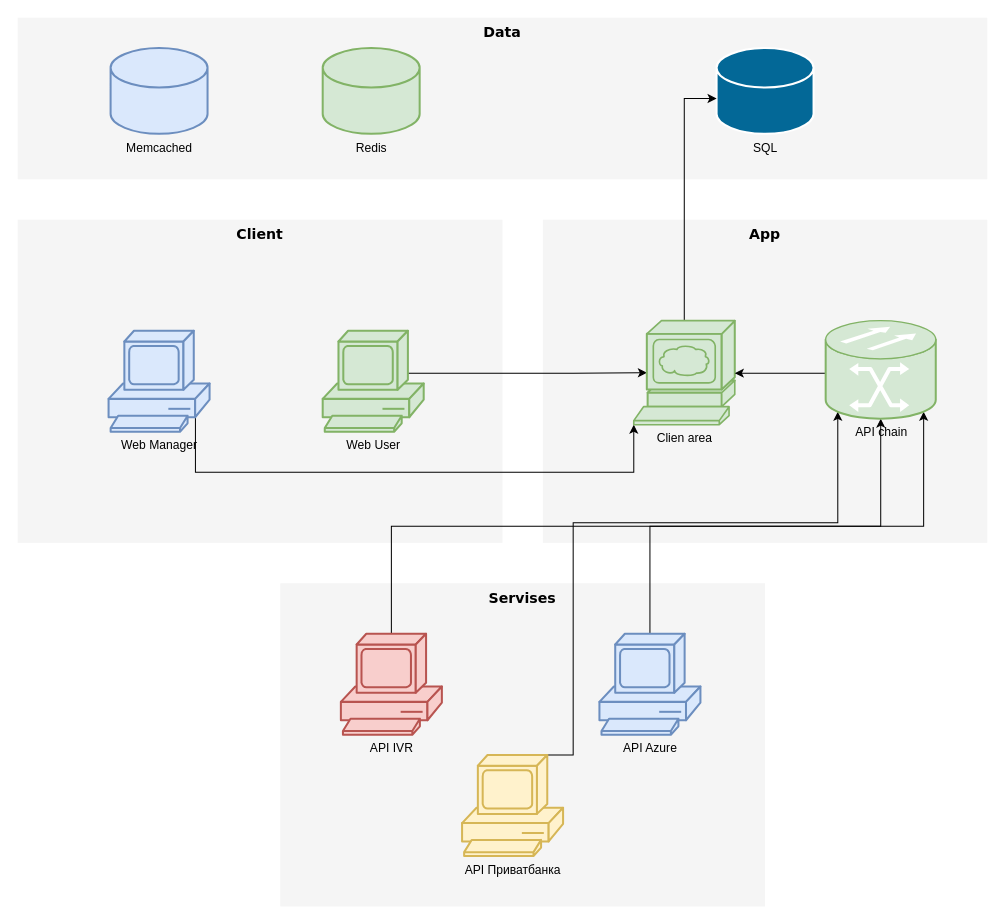
This is Untitled Diagram.drawio from xxipocima/TestPHPGenesis, a draw.io file, before an edit. Source tidied: cells renumbered, new cells numbered last; positions are measured from the earlier drawing's top-left corner, leaving out a move shared by most shapes. Both pictures are drawn from the tidied source at 101%, with x=0, y=0 at pixel (17, 17).
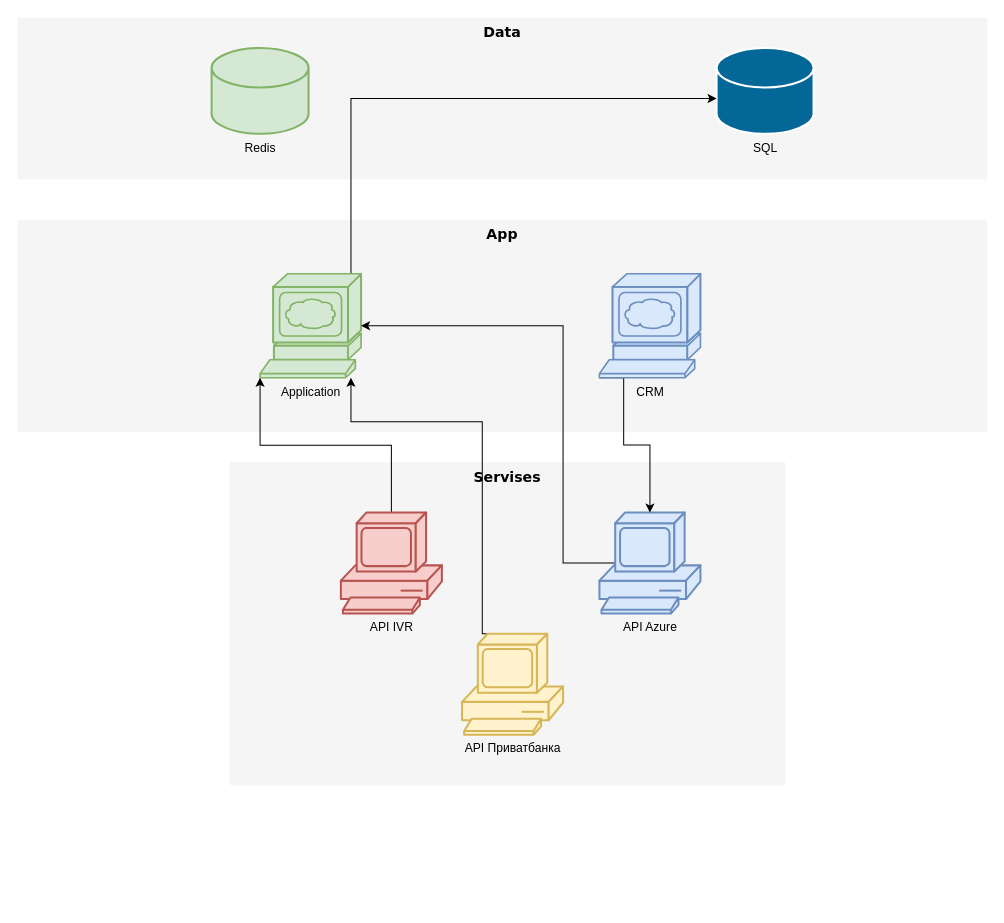
The same diagram, later.

The change refers to these unchanged cells:
```xml
<mxCell id="38" value="SQL" style="shape=mxgraph.cisco.storage.relational_database;html=1;dashed=0;fillColor=#036897;strokeColor=#ffffff;strokeWidth=2;verticalLabelPosition=bottom;verticalAlign=top;align=center;outlineConnect=0;" parent="1" vertex="1">
  <mxGeometry x="692" y="30" width="96" height="85" as="geometry" />
</mxCell>
```

The edit, as a diff of the source:
```diff
@@
     <mxCell id="3" value="App" style="whiteSpace=wrap;html=1;rounded=0;shadow=0;comic=0;strokeWidth=1;fontFamily=Verdana;fontSize=14;fillColor=#f5f5f5;strokeColor=none;fontStyle=1;verticalAlign=top;" parent="1" vertex="1">
-      <mxGeometry x="520" y="200" width="440" height="320" as="geometry" />
+      <mxGeometry y="200" width="960" height="210" as="geometry" />
     </mxCell>
-    <mxCell id="4" value="Client" style="whiteSpace=wrap;html=1;rounded=0;shadow=0;comic=0;strokeWidth=1;fontFamily=Verdana;fontSize=14;fillColor=#f5f5f5;strokeColor=none;fontStyle=1;verticalAlign=top;" parent="1" vertex="1">
-      <mxGeometry y="200" width="480" height="320" as="geometry" />
-    </mxCell>
@@
     <mxCell id="39" value="Redis" style="shape=mxgraph.cisco.storage.relational_database;html=1;dashed=0;fillColor=#d5e8d4;strokeColor=#82b366;strokeWidth=2;verticalLabelPosition=bottom;verticalAlign=top;align=center;" parent="1" vertex="1">
-      <mxGeometry x="302" y="30" width="96" height="85" as="geometry" />
+      <mxGeometry x="192" y="30" width="96" height="85" as="geometry" />
     </mxCell>
-    <mxCell id="40" style="edgeStyle=orthogonalEdgeStyle;rounded=0;jettySize=auto;html=1;exitX=0.86;exitY=0.85;exitDx=0;exitDy=0;exitPerimeter=0;entryX=0;entryY=1;entryDx=0;entryDy=0;entryPerimeter=0;" parent="1" edge="1" source="41" target="45">
-      <mxGeometry relative="1" as="geometry">
-        <Array as="points">
-          <mxPoint x="176" y="450" />
-          <mxPoint x="610" y="450" />
-        </Array>
-      </mxGeometry>
-    </mxCell>
-    <mxCell id="41" value="Web Manager" style="shape=mxgraph.cisco.computers_and_peripherals.pc;html=1;dashed=0;fillColor=#dae8fc;strokeColor=#6c8ebf;strokeWidth=2;verticalLabelPosition=bottom;verticalAlign=top;align=center;outlineConnect=0;" parent="1" vertex="1">
-      <mxGeometry x="90" y="310" width="100" height="100" as="geometry" />
-    </mxCell>
-    <mxCell id="42" style="edgeStyle=orthogonalEdgeStyle;rounded=0;jettySize=auto;html=1;exitX=0.83;exitY=0.5;exitDx=0;exitDy=0;exitPerimeter=0;entryX=0.13;entryY=0.5;entryDx=0;entryDy=0;entryPerimeter=0;" parent="1" edge="1" source="43" target="45">
-      <mxGeometry relative="1" as="geometry">
-        <Array as="points">
-          <mxPoint x="385" y="352" />
-          <mxPoint x="550" y="352" />
-        </Array>
-      </mxGeometry>
-    </mxCell>
-    <mxCell id="43" value="Web User" style="shape=mxgraph.cisco.computers_and_peripherals.pc;html=1;dashed=0;fillColor=#d5e8d4;strokeColor=#82b366;strokeWidth=2;verticalLabelPosition=bottom;verticalAlign=top;align=center;outlineConnect=0;" parent="1" vertex="1">
-      <mxGeometry x="302" y="310" width="100" height="100" as="geometry" />
-    </mxCell>
     <mxCell id="44" style="edgeStyle=orthogonalEdgeStyle;rounded=0;jettySize=auto;html=1;exitX=0.5;exitY=0;exitDx=0;exitDy=0;exitPerimeter=0;" parent="1" edge="1" source="45" target="38">
       <mxGeometry relative="1" as="geometry">
         <Array as="points">
-          <mxPoint x="660" y="80" />
+          <mxPoint x="330" y="254" />
+          <mxPoint x="330" y="80" />
         </Array>
       </mxGeometry>
     </mxCell>
-    <mxCell id="45" value="Clien area" style="shape=mxgraph.cisco.servers.www_server;html=1;dashed=0;fillColor=#d5e8d4;strokeColor=#82b366;strokeWidth=2;verticalLabelPosition=bottom;verticalAlign=top;align=center;outlineConnect=0;" parent="1" vertex="1">
-      <mxGeometry x="610" y="300" width="100" height="103" as="geometry" />
+    <mxCell id="45" value="Application" style="shape=mxgraph.cisco.servers.www_server;html=1;dashed=0;fillColor=#d5e8d4;strokeColor=#82b366;strokeWidth=2;verticalLabelPosition=bottom;verticalAlign=top;align=center;outlineConnect=0;" parent="1" vertex="1">
+      <mxGeometry x="240" y="253.5" width="100" height="103" as="geometry" />
     </mxCell>
     <mxCell id="46" value="Servises" style="whiteSpace=wrap;html=1;rounded=0;shadow=0;comic=0;strokeWidth=1;fontFamily=Verdana;fontSize=14;fillColor=#f5f5f5;strokeColor=none;fontStyle=1;verticalAlign=top;" parent="1" vertex="1">
-      <mxGeometry x="260" y="560" width="480" height="320" as="geometry" />
+      <mxGeometry x="210" y="440" width="550" height="320" as="geometry" />
     </mxCell>
-    <mxCell id="47" style="edgeStyle=orthogonalEdgeStyle;rounded=0;jettySize=auto;html=1;exitX=0.5;exitY=0;exitDx=0;exitDy=0;exitPerimeter=0;" parent="1" edge="1" source="48" target="55">
-      <mxGeometry relative="1" as="geometry" />
-    </mxCell>
+    <mxCell id="56" style="edgeStyle=orthogonalEdgeStyle;rounded=0;jettySize=auto;html=1;exitX=0.5;exitY=0;exitDx=0;exitDy=0;exitPerimeter=0;entryX=0;entryY=1;entryDx=0;entryDy=0;entryPerimeter=0;" parent="1" edge="1" source="48" target="45">
+      <mxGeometry relative="1" as="geometry" />
+    </mxCell>
     <mxCell id="48" value="API IVR" style="shape=mxgraph.cisco.computers_and_peripherals.pc;html=1;dashed=0;fillColor=#f8cecc;strokeColor=#b85450;strokeWidth=2;verticalLabelPosition=bottom;verticalAlign=top;align=center;outlineConnect=0;" parent="1" vertex="1">
-      <mxGeometry x="320" y="610" width="100" height="100" as="geometry" />
+      <mxGeometry x="320" y="490" width="100" height="100" as="geometry" />
     </mxCell>
-    <mxCell id="49" style="edgeStyle=orthogonalEdgeStyle;rounded=0;jettySize=auto;html=1;exitX=0.5;exitY=0;exitDx=0;exitDy=0;exitPerimeter=0;entryX=0.89;entryY=0.93;entryDx=0;entryDy=0;entryPerimeter=0;" parent="1" edge="1" source="50" target="55">
-      <mxGeometry relative="1" as="geometry" />
-    </mxCell>
+    <mxCell id="57" style="edgeStyle=orthogonalEdgeStyle;rounded=0;jettySize=auto;html=1;exitX=0.16;exitY=0.5;exitDx=0;exitDy=0;exitPerimeter=0;entryX=1;entryY=0.5;entryDx=0;entryDy=0;entryPerimeter=0;" parent="1" edge="1" source="50" target="45">
+      <mxGeometry relative="1" as="geometry">
+        <Array as="points">
+          <mxPoint x="540" y="540" />
+          <mxPoint x="540" y="305" />
+        </Array>
+      </mxGeometry>
+    </mxCell>
     <mxCell id="50" value="API Azure" style="shape=mxgraph.cisco.computers_and_peripherals.pc;html=1;dashed=0;fillColor=#dae8fc;strokeColor=#6c8ebf;strokeWidth=2;verticalLabelPosition=bottom;verticalAlign=top;align=center;outlineConnect=0;" parent="1" vertex="1">
-      <mxGeometry x="576" y="610" width="100" height="100" as="geometry" />
+      <mxGeometry x="576" y="490" width="100" height="100" as="geometry" />
     </mxCell>
-    <mxCell id="51" style="edgeStyle=orthogonalEdgeStyle;rounded=0;jettySize=auto;html=1;exitX=0.5;exitY=0;exitDx=0;exitDy=0;exitPerimeter=0;entryX=0.11;entryY=0.93;entryDx=0;entryDy=0;entryPerimeter=0;" parent="1" edge="1" source="52" target="55">
-      <mxGeometry relative="1" as="geometry">
-        <Array as="points">
-          <mxPoint x="550" y="730" />
-          <mxPoint x="550" y="500" />
-          <mxPoint x="812" y="500" />
-        </Array>
-      </mxGeometry>
-    </mxCell>
+    <mxCell id="58" style="edgeStyle=orthogonalEdgeStyle;rounded=0;jettySize=auto;html=1;exitX=0.5;exitY=0;exitDx=0;exitDy=0;exitPerimeter=0;" parent="1" edge="1" source="52" target="45">
+      <mxGeometry relative="1" as="geometry">
+        <Array as="points">
+          <mxPoint x="460" y="610" />
+          <mxPoint x="460" y="400" />
+          <mxPoint x="330" y="400" />
+        </Array>
+      </mxGeometry>
+    </mxCell>
     <mxCell id="52" value="API Приватбанка" style="shape=mxgraph.cisco.computers_and_peripherals.pc;html=1;dashed=0;fillColor=#fff2cc;strokeColor=#d6b656;strokeWidth=2;verticalLabelPosition=bottom;verticalAlign=top;align=center;outlineConnect=0;" parent="1" vertex="1">
-      <mxGeometry x="440" y="730" width="100" height="100" as="geometry" />
+      <mxGeometry x="440" y="610" width="100" height="100" as="geometry" />
     </mxCell>
-    <mxCell id="53" value="Memcached" style="shape=mxgraph.cisco.storage.relational_database;html=1;dashed=0;fillColor=#dae8fc;strokeColor=#6c8ebf;strokeWidth=2;verticalLabelPosition=bottom;verticalAlign=top;align=center;" parent="1" vertex="1">
-      <mxGeometry x="92" y="30" width="96" height="85" as="geometry" />
-    </mxCell>
-    <mxCell id="54" style="edgeStyle=orthogonalEdgeStyle;rounded=0;jettySize=auto;html=1;exitX=0;exitY=0.5;exitDx=0;exitDy=0;exitPerimeter=0;" parent="1" edge="1" source="55" target="45">
-      <mxGeometry relative="1" as="geometry">
-        <Array as="points">
-          <mxPoint x="800" y="352" />
-        </Array>
-      </mxGeometry>
-    </mxCell>
-    <mxCell id="55" value="API chain" style="shape=mxgraph.cisco.misc.optical_transport;html=1;dashed=0;fillColor=#d5e8d4;strokeColor=#82b366;strokeWidth=2;verticalLabelPosition=bottom;verticalAlign=top;align=center;outlineConnect=0;" parent="1" vertex="1">
-      <mxGeometry x="800" y="300" width="109" height="97" as="geometry" />
-    </mxCell>
+    <mxCell id="59" style="edgeStyle=orthogonalEdgeStyle;rounded=0;jettySize=auto;html=1;exitX=0;exitY=1;exitDx=0;exitDy=0;exitPerimeter=0;" parent="1" edge="1" source="60" target="50">
+      <mxGeometry relative="1" as="geometry">
+        <Array as="points">
+          <mxPoint x="600" y="356" />
+          <mxPoint x="600" y="423" />
+          <mxPoint x="626" y="423" />
+        </Array>
+      </mxGeometry>
+    </mxCell>
+    <mxCell id="60" value="CRM" style="shape=mxgraph.cisco.servers.www_server;html=1;dashed=0;fillColor=#dae8fc;strokeColor=#6c8ebf;strokeWidth=2;verticalLabelPosition=bottom;verticalAlign=top;align=center;outlineConnect=0;" parent="1" vertex="1">
+      <mxGeometry x="576" y="253.5" width="100" height="103" as="geometry" />
+    </mxCell>
```
